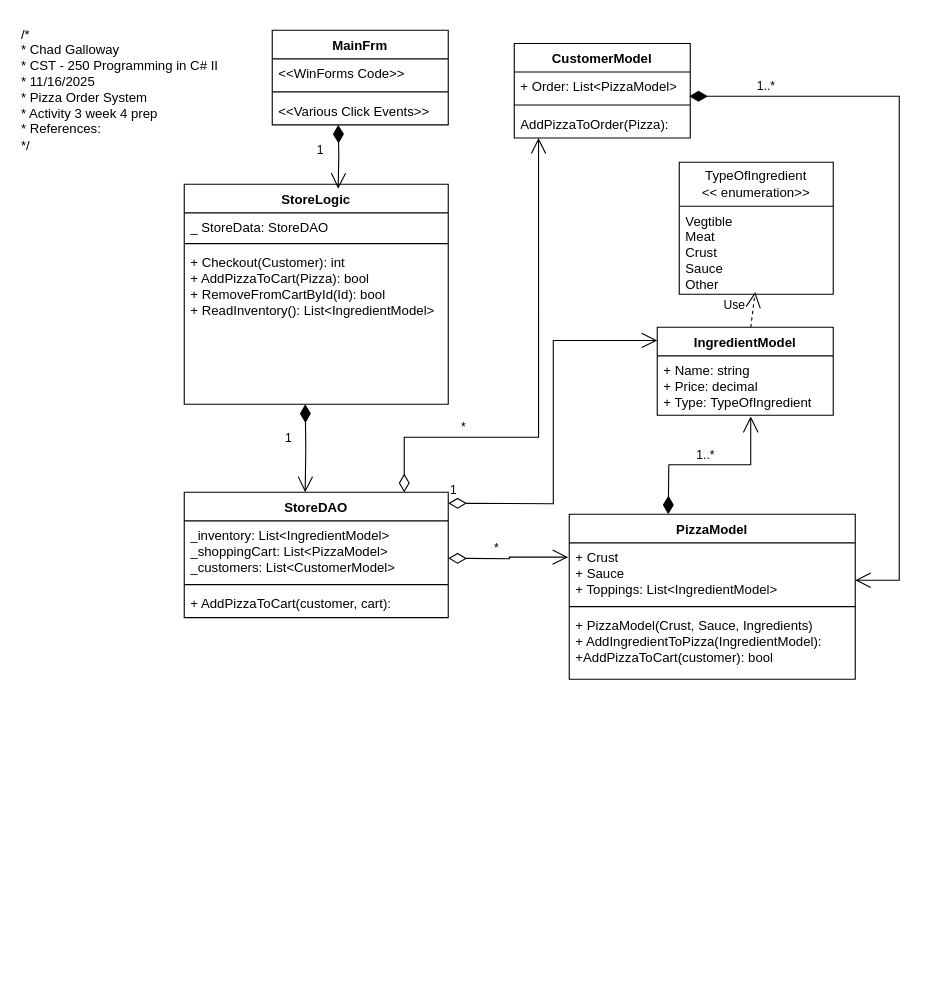
Above: Activity4/Pictures/Activity_4_UML.drawio in CGalloway3/CST-250-Projects (draw.io), before the change. Source tidied: cells renumbered, new cells numbered last; positions are measured from the earlier drawing's top-left corner, leaving out a move shared by most shapes. Both pictures are drawn from the tidied source at 110%, with x=0, y=0 at pixel (19, 19).
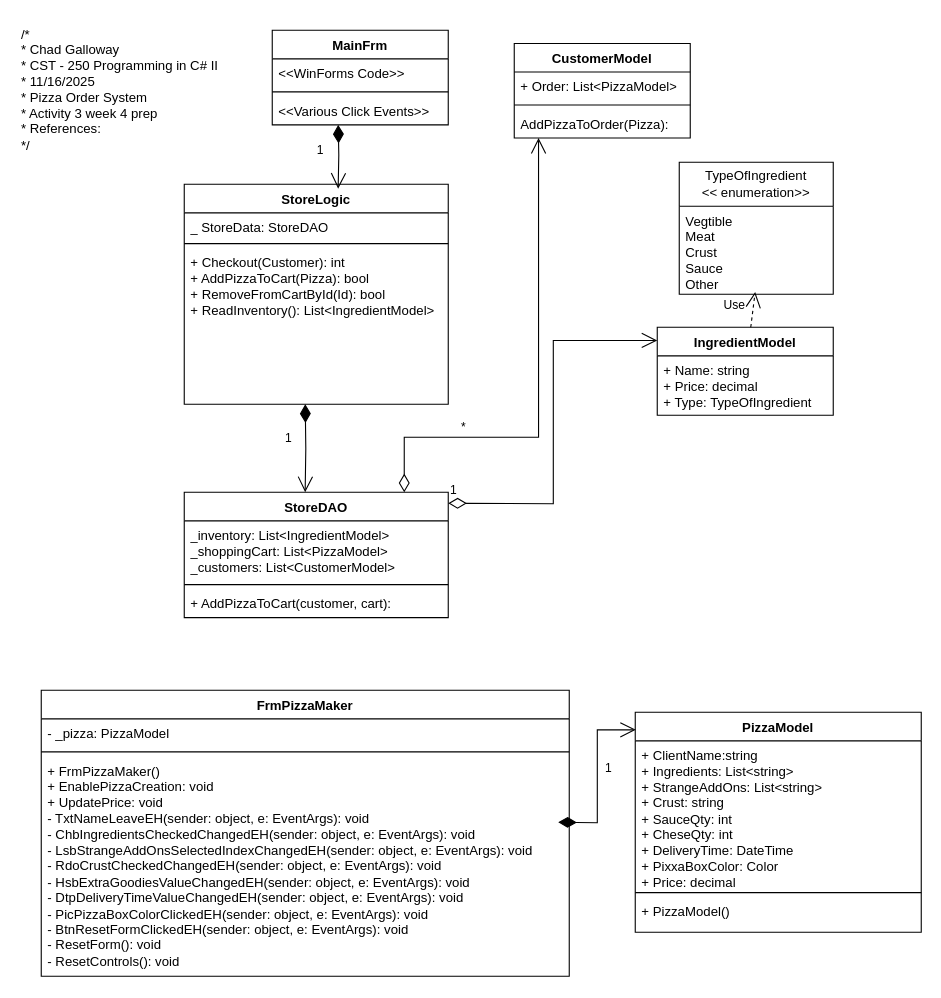
Above is the later version.

The change refers to these unchanged cells:
```xml
<mxCell id="8" value="+ Name: string&lt;div&gt;+ Price: decimal&lt;/div&gt;&lt;div&gt;+ Type: TypeOfIngredient&lt;/div&gt;" style="text;strokeColor=none;fillColor=none;align=left;verticalAlign=top;spacingLeft=4;spacingRight=4;overflow=hidden;points=[[0,0.5],[1,0.5]];portConstraint=eastwest;whiteSpace=wrap;html=1;" parent="7" vertex="1">
  <mxGeometry y="26" width="160" height="54" as="geometry" />
</mxCell>
<mxCell id="19" value="StoreDAO" style="swimlane;fontStyle=1;align=center;verticalAlign=top;horizontal=1;startSize=26;whiteSpace=wrap;html=1;" parent="1" vertex="1">
  <mxGeometry x="150" y="430" width="240" height="114" as="geometry" />
</mxCell>
<mxCell id="29" value="+ Order: List&amp;lt;PizzaModel&amp;gt;" style="text;strokeColor=none;fillColor=none;align=left;verticalAlign=top;spacingLeft=4;spacingRight=4;overflow=hidden;points=[[0,0.5],[1,0.5]];portConstraint=eastwest;whiteSpace=wrap;html=1;" parent="28" vertex="1">
  <mxGeometry y="26" width="160" height="26" as="geometry" />
</mxCell>
```

What changed in the source:
```diff
@@
     <mxCell id="9" value="PizzaModel" style="swimlane;fontStyle=1;align=center;verticalAlign=top;horizontal=1;startSize=26;whiteSpace=wrap;html=1;" parent="1" vertex="1">
-      <mxGeometry x="500" y="450" width="260" height="150" as="geometry" />
+      <mxGeometry x="560" y="630" width="260" height="200" as="geometry" />
     </mxCell>
-    <mxCell id="10" value="1..*" style="endArrow=open;html=1;endSize=12;startArrow=diamondThin;startSize=14;startFill=1;edgeStyle=orthogonalEdgeStyle;align=left;verticalAlign=bottom;rounded=0;entryX=0.531;entryY=1.019;entryDx=0;entryDy=0;entryPerimeter=0;linejoin=bevel;linecap=round;noJump=0;orthogonal=0;enumerate=0;" parent="9" edge="1" target="8">
-      <mxGeometry x="-0.15" relative="1" as="geometry">
-        <mxPoint x="90" as="sourcePoint" />
-      </mxGeometry>
-    </mxCell>
-    <mxCell id="11" value="&lt;div&gt;+ Crust&lt;/div&gt;&lt;div&gt;+ Sauce&lt;/div&gt;+ Toppings: List&amp;lt;IngredientModel&amp;gt;" style="text;strokeColor=none;fillColor=none;align=left;verticalAlign=top;spacingLeft=4;spacingRight=4;overflow=hidden;points=[[0,0.5],[1,0.5]];portConstraint=eastwest;whiteSpace=wrap;html=1;" parent="9" vertex="1">
-      <mxGeometry y="26" width="260" height="54" as="geometry" />
+    <mxCell id="11" value="&lt;div&gt;+ ClientName:string&lt;/div&gt;&lt;div&gt;+ Ingredients: List&amp;lt;string&amp;gt;&lt;/div&gt;&lt;div&gt;+ StrangeAddOns: List&amp;lt;string&amp;gt;&lt;/div&gt;&lt;div&gt;+ Crust: string&lt;/div&gt;&lt;div&gt;+ SauceQty: int&lt;/div&gt;&lt;div&gt;+ CheseQty: int&lt;/div&gt;&lt;div&gt;+ DeliveryTime: DateTime&lt;/div&gt;&lt;div&gt;+ PixxaBoxColor: Color&lt;/div&gt;&lt;div&gt;+ Price: decimal&lt;/div&gt;" style="text;strokeColor=none;fillColor=none;align=left;verticalAlign=top;spacingLeft=4;spacingRight=4;overflow=hidden;points=[[0,0.5],[1,0.5]];portConstraint=eastwest;whiteSpace=wrap;html=1;" parent="9" vertex="1">
+      <mxGeometry y="26" width="260" height="134" as="geometry" />
     </mxCell>
     <mxCell id="12" style="line;strokeWidth=1;fillColor=none;align=left;verticalAlign=middle;spacingTop=-1;spacingLeft=3;spacingRight=3;labelPosition=right;strokeColor=inherit;" parent="9" vertex="1">
-      <mxGeometry y="80" width="260" height="8" as="geometry" />
+      <mxGeometry y="160" width="260" height="8" as="geometry" />
     </mxCell>
-    <mxCell id="13" value="&lt;div&gt;+ PizzaModel(Crust, Sauce, Ingredients)&lt;/div&gt;+ AddIngredientToPizza(IngredientModel):&lt;div&gt;+AddPizzaToCart(customer): bool&lt;/div&gt;" style="text;strokeColor=none;fillColor=none;align=left;verticalAlign=top;spacingLeft=4;spacingRight=4;overflow=hidden;whiteSpace=wrap;html=1;" parent="9" vertex="1">
-      <mxGeometry y="88" width="260" height="62" as="geometry" />
+    <mxCell id="13" value="&lt;div&gt;+ PizzaModel()&lt;/div&gt;" style="text;strokeColor=none;fillColor=none;align=left;verticalAlign=top;spacingLeft=4;spacingRight=4;overflow=hidden;whiteSpace=wrap;html=1;" parent="9" vertex="1">
+      <mxGeometry y="168" width="260" height="32" as="geometry" />
     </mxCell>
@@
-    <mxCell id="23" value="*" style="endArrow=open;html=1;endSize=12;startArrow=diamondThin;startSize=14;startFill=0;edgeStyle=orthogonalEdgeStyle;align=left;verticalAlign=bottom;rounded=0;entryX=-0.004;entryY=0.241;entryDx=0;entryDy=0;entryPerimeter=0;" parent="19" edge="1" target="11">
-      <mxGeometry x="-0.27" relative="1" as="geometry">
-        <mxPoint x="240" y="60" as="sourcePoint" />
-      </mxGeometry>
-    </mxCell>
@@
-    <mxCell id="33" value="1..*" style="endArrow=open;html=1;endSize=12;startArrow=diamondThin;startSize=14;startFill=1;edgeStyle=orthogonalEdgeStyle;align=left;verticalAlign=bottom;rounded=0;exitX=0.994;exitY=0.846;exitDx=0;exitDy=0;exitPerimeter=0;" parent="1" edge="1" source="29" target="11">
-      <mxGeometry x="-0.82" relative="1" as="geometry">
-        <Array as="points">
-          <mxPoint x="800" y="70" />
-          <mxPoint x="800" y="510" />
-        </Array>
-      </mxGeometry>
-    </mxCell>
@@
+    <mxCell id="35" value="FrmPizzaMaker" style="swimlane;fontStyle=1;align=center;verticalAlign=top;horizontal=1;startSize=26;whiteSpace=wrap;html=1;" parent="1" vertex="1">
+      <mxGeometry x="20" y="610" width="480" height="260" as="geometry" />
+    </mxCell>
+    <mxCell id="36" value="- _pizza: PizzaModel" style="text;strokeColor=none;fillColor=none;align=left;verticalAlign=top;spacingLeft=4;spacingRight=4;overflow=hidden;whiteSpace=wrap;html=1;" parent="35" vertex="1">
+      <mxGeometry y="26" width="480" height="26" as="geometry" />
+    </mxCell>
+    <mxCell id="37" style="line;strokeWidth=1;fillColor=none;align=left;verticalAlign=middle;spacingTop=-1;spacingLeft=3;spacingRight=3;labelPosition=right;strokeColor=inherit;" parent="35" vertex="1">
+      <mxGeometry y="52" width="480" height="8" as="geometry" />
+    </mxCell>
+    <mxCell id="38" value="1" style="endArrow=open;html=1;endSize=12;startArrow=diamondThin;startSize=14;startFill=1;edgeStyle=orthogonalEdgeStyle;align=left;verticalAlign=bottom;rounded=0;entryX=0.002;entryY=0.08;entryDx=0;entryDy=0;entryPerimeter=0;" parent="35" edge="1" target="9">
+      <mxGeometry x="-0.02" y="-4" relative="1" as="geometry">
+        <mxPoint x="470" y="120" as="sourcePoint" />
+        <mxPoint x="1" as="offset" />
+      </mxGeometry>
+    </mxCell>
+    <mxCell id="39" value="+ FrmPizzaMaker()&lt;div&gt;+ EnablePizzaCreation: void&lt;/div&gt;&lt;div&gt;+ UpdatePrice: void&lt;/div&gt;&lt;div&gt;- TxtNameLeaveEH(sender: object, e: EventArgs): void&lt;/div&gt;&lt;div&gt;- ChbIngredientsCheckedChangedEH(sender: object, e: EventArgs): void&lt;/div&gt;&lt;div&gt;- LsbStrangeAddOnsSelectedIndexChangedEH(sender: object, e: EventArgs): void&lt;/div&gt;&lt;div&gt;- RdoCrustCheckedChangedEH(&lt;span style=&quot;background-color: transparent; color: light-dark(rgb(0, 0, 0), rgb(255, 255, 255));&quot;&gt;sender: object, e: EventArgs): void&lt;/span&gt;&lt;/div&gt;&lt;div&gt;&lt;span style=&quot;background-color: transparent; color: light-dark(rgb(0, 0, 0), rgb(255, 255, 255));&quot;&gt;- HsbExtraGoodiesValueChangedEH(&lt;/span&gt;&lt;span style=&quot;background-color: transparent; color: light-dark(rgb(0, 0, 0), rgb(255, 255, 255));&quot;&gt;sender: object, e: EventArgs): void&lt;/span&gt;&lt;/div&gt;&lt;div&gt;- DtpDeliveryTimeValueChangedEH(&lt;span style=&quot;background-color: transparent; color: light-dark(rgb(0, 0, 0), rgb(255, 255, 255));&quot;&gt;sender: object, e: EventArgs): void&lt;/span&gt;&lt;/div&gt;&lt;div&gt;&lt;span style=&quot;background-color: transparent; color: light-dark(rgb(0, 0, 0), rgb(255, 255, 255));&quot;&gt;- PicPizzaBoxColorClickedEH(&lt;/span&gt;&lt;span style=&quot;background-color: transparent; color: light-dark(rgb(0, 0, 0), rgb(255, 255, 255));&quot;&gt;sender: object, e: EventArgs): void&lt;/span&gt;&lt;/div&gt;&lt;div&gt;&lt;span style=&quot;background-color: transparent; color: light-dark(rgb(0, 0, 0), rgb(255, 255, 255));&quot;&gt;- BtnResetFormClickedEH(&lt;/span&gt;&lt;span style=&quot;background-color: transparent; color: light-dark(rgb(0, 0, 0), rgb(255, 255, 255));&quot;&gt;sender: object, e: EventArgs): void&lt;/span&gt;&lt;/div&gt;&lt;div&gt;&lt;span style=&quot;background-color: transparent; color: light-dark(rgb(0, 0, 0), rgb(255, 255, 255));&quot;&gt;- ResetForm(): void&lt;/span&gt;&lt;/div&gt;&lt;div&gt;&lt;span style=&quot;background-color: transparent; color: light-dark(rgb(0, 0, 0), rgb(255, 255, 255));&quot;&gt;- ResetControls(): void&lt;/span&gt;&lt;/div&gt;" style="text;strokeColor=none;fillColor=none;align=left;verticalAlign=top;spacingLeft=4;spacingRight=4;overflow=hidden;whiteSpace=wrap;html=1;" parent="35" vertex="1">
+      <mxGeometry y="60" width="480" height="200" as="geometry" />
+    </mxCell>
```
